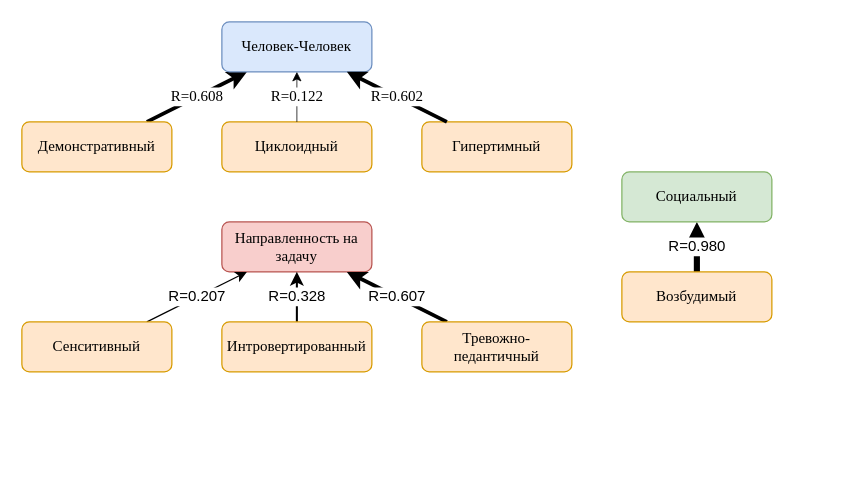
Above: Частные гипотезы.drawio in Mikhailgumerov/drawio (draw.io), before the change. Source tidied: cells renumbered, new cells numbered last; positions are measured from the earlier drawing's top-left corner, leaving out a move shared by most shapes. Both pictures are drawn from the tidied source at 125%, with x=0, y=0 at pixel (21, 21).
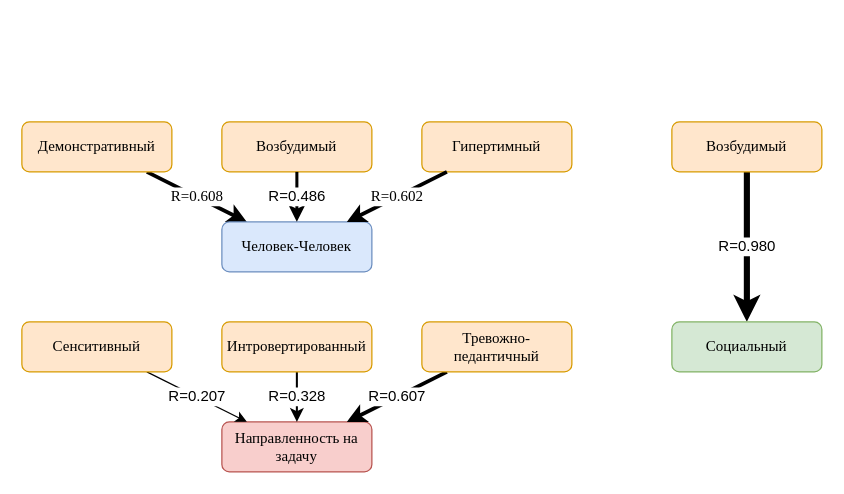
The same diagram, later.

Diff of the diagram source:
```diff
@@
     <mxCell id="2" value="R=0.119" style="rounded=0;orthogonalLoop=1;jettySize=auto;html=1;strokeColor=default;strokeWidth=0.595;fontSize=12;fontFamily=Times New Roman;" parent="1" edge="1">
       <mxGeometry relative="1" as="geometry">
-        <mxPoint x="476.7" y="280" as="sourcePoint" />
+        <mxPoint x="276.7" y="240" as="sourcePoint" />
       </mxGeometry>
     </mxCell>
     <mxCell id="3" value="R=0.486" style="rounded=0;orthogonalLoop=1;jettySize=auto;html=1;fontSize=12;strokeWidth=2.43;" parent="1" edge="1">
       <mxGeometry relative="1" as="geometry">
-        <mxPoint x="495" y="120" as="targetPoint" />
+        <mxPoint x="295" y="80" as="targetPoint" />
       </mxGeometry>
     </mxCell>
-    <mxCell id="4" value="R=0.608" style="rounded=0;jettySize=auto;html=1;fontFamily=Times New Roman;fontSize=12;strokeWidth=3.04;strokeColor=default;" parent="1" edge="1" source="5" target="6">
+    <mxCell id="4" value="R=0.608" style="rounded=0;jettySize=auto;html=1;fontFamily=Times New Roman;fontSize=12;strokeWidth=3.04;strokeColor=default;fillOpacity=100;" parent="1" edge="1" source="5" target="6">
       <mxGeometry relative="1" as="geometry" />
     </mxCell>
-    <mxCell id="5" value="&lt;span style=&quot;text-align: start; line-height: 19.9733px;&quot;&gt;&lt;font&gt;Демонстративный&lt;/font&gt;&lt;/span&gt;&lt;span style=&quot;text-align: start;&quot;&gt;&lt;/span&gt;" style="rounded=1;whiteSpace=wrap;html=1;fontFamily=Times New Roman;fontSize=12;fillColor=#ffe6cc;strokeColor=#d79b00;" parent="1" vertex="1">
+    <mxCell id="5" value="&lt;span style=&quot;text-align: start; line-height: 19.9733px;&quot;&gt;&lt;font&gt;Демонстративный&lt;/font&gt;&lt;/span&gt;&lt;span style=&quot;text-align: start;&quot;&gt;&lt;/span&gt;" style="rounded=1;whiteSpace=wrap;html=1;fontFamily=Times New Roman;fontSize=12;fillColor=#ffe6cc;strokeColor=#d79b00;fillOpacity=100;" parent="1" vertex="1">
       <mxGeometry y="80" width="120" height="40" as="geometry" />
     </mxCell>
-    <mxCell id="6" value="Человек-Человек" style="whiteSpace=wrap;html=1;rounded=1;fontFamily=Times New Roman;fontSize=12;fillColor=#dae8fc;strokeColor=#6c8ebf;" parent="1" vertex="1">
-      <mxGeometry x="160" width="120" height="40" as="geometry" />
+    <mxCell id="6" value="Человек-Человек" style="whiteSpace=wrap;html=1;rounded=1;fontFamily=Times New Roman;fontSize=12;fillColor=#dae8fc;strokeColor=#6c8ebf;fillOpacity=100;" parent="1" vertex="1">
+      <mxGeometry x="160" y="160" width="120" height="40" as="geometry" />
     </mxCell>
-    <mxCell id="7" value="&lt;span&gt;Гипертимный&lt;/span&gt;" style="rounded=1;whiteSpace=wrap;html=1;fillColor=#ffe6cc;strokeColor=#d79b00;fontFamily=Times New Roman;fontSize=12;" parent="1" vertex="1">
+    <mxCell id="7" value="&lt;span&gt;Гипертимный&lt;/span&gt;" style="rounded=1;whiteSpace=wrap;html=1;fillColor=#ffe6cc;strokeColor=#d79b00;fontFamily=Times New Roman;fontSize=12;fillOpacity=100;" parent="1" vertex="1">
       <mxGeometry x="320" y="80" width="120" height="40" as="geometry" />
     </mxCell>
-    <mxCell id="8" value="R=0.602" style="endArrow=classic;html=1;rounded=0;strokeWidth=3.01;fontFamily=Times New Roman;fontSize=12;strokeColor=default;" parent="1" edge="1" source="7" target="6">
+    <mxCell id="8" value="R=0.602" style="endArrow=classic;html=1;rounded=0;strokeWidth=3.01;fontFamily=Times New Roman;fontSize=12;strokeColor=default;fillOpacity=100;" parent="1" edge="1" source="7" target="6">
       <mxGeometry relative="1" as="geometry" />
     </mxCell>
-    <mxCell id="9" value="&lt;br&gt;&lt;span&gt;Циклоидный&lt;/span&gt;&lt;div&gt;&lt;br&gt;&lt;/div&gt;" style="rounded=1;whiteSpace=wrap;html=1;fillColor=#ffe6cc;strokeColor=#d79b00;fontSize=12;fontFamily=Times New Roman;" parent="1" vertex="1">
+    <mxCell id="9" value="&lt;div&gt;&lt;br&gt;Возбудимый&lt;div&gt;&lt;br style=&quot;font-family: Helvetica;&quot;&gt;&lt;/div&gt;&lt;/div&gt;" style="rounded=1;whiteSpace=wrap;html=1;fillColor=#ffe6cc;strokeColor=#d79b00;fontSize=12;fontFamily=Times New Roman;fillOpacity=100;" parent="1" vertex="1">
       <mxGeometry x="160" y="80" width="120" height="40" as="geometry" />
     </mxCell>
-    <mxCell id="10" value="R=0.122" style="endArrow=classic;html=1;rounded=0;strokeColor=default;strokeWidth=0.61;fontSize=12;fontFamily=Times New Roman;" parent="1" edge="1" source="9" target="6">
-      <mxGeometry relative="1" as="geometry" />
-    </mxCell>
-    <mxCell id="11" value="&lt;div&gt;&lt;span style=&quot;background-color: transparent;&quot;&gt;Н&lt;/span&gt;&lt;span style=&quot;background-color: transparent;&quot;&gt;аправленность на задачу&lt;/span&gt;&lt;br&gt;&lt;/div&gt;" style="rounded=1;whiteSpace=wrap;html=1;fillColor=#f8cecc;strokeColor=#b85450;fontSize=12;fontFamily=Times New Roman;" parent="1" vertex="1">
-      <mxGeometry x="160" y="160" width="120" height="40" as="geometry" />
+    <mxCell id="11" value="&lt;div&gt;&lt;span style=&quot;background-color: transparent;&quot;&gt;Н&lt;/span&gt;&lt;span style=&quot;background-color: transparent;&quot;&gt;аправленность на задачу&lt;/span&gt;&lt;br&gt;&lt;/div&gt;" style="rounded=1;whiteSpace=wrap;html=1;fillColor=#f8cecc;strokeColor=#b85450;fontSize=12;fontFamily=Times New Roman;fillOpacity=100;" parent="1" vertex="1">
+      <mxGeometry x="160" y="320" width="120" height="40" as="geometry" />
     </mxCell>
-    <mxCell id="12" value="R=0.207" style="rounded=0;jettySize=auto;html=1;fontSize=12;strokeWidth=1.035;" parent="1" edge="1" source="13" target="11">
+    <mxCell id="12" value="R=0.207" style="rounded=0;jettySize=auto;html=1;fontSize=12;strokeWidth=1.035;fillOpacity=100;" parent="1" edge="1" source="13" target="11">
       <mxGeometry relative="1" as="geometry" />
     </mxCell>
-    <mxCell id="13" value="&lt;span&gt;Сенситивный&lt;/span&gt;" style="rounded=1;whiteSpace=wrap;html=1;fillColor=#ffe6cc;strokeColor=#d79b00;fontSize=12;fontFamily=Times New Roman;" parent="1" vertex="1">
+    <mxCell id="13" value="&lt;span&gt;Сенситивный&lt;/span&gt;" style="rounded=1;whiteSpace=wrap;html=1;fillColor=#ffe6cc;strokeColor=#d79b00;fontSize=12;fontFamily=Times New Roman;fillOpacity=100;" parent="1" vertex="1">
       <mxGeometry y="240" width="120" height="40" as="geometry" />
     </mxCell>
-    <mxCell id="14" value="R=0.607" style="rounded=0;jettySize=auto;html=1;fontSize=12;strokeWidth=3.035;" parent="1" edge="1" source="15" target="11">
+    <mxCell id="14" value="R=0.607" style="rounded=0;jettySize=auto;html=1;fontSize=12;strokeWidth=3.035;fillOpacity=100;" parent="1" edge="1" source="15" target="11">
       <mxGeometry relative="1" as="geometry" />
     </mxCell>
-    <mxCell id="15" value="&lt;br&gt;&lt;span style=&quot;font-family: &amp;quot;Times New Roman&amp;quot;;&quot;&gt;Тревожно-педантичный&lt;/span&gt;&lt;div&gt;&lt;br&gt;&lt;/div&gt;" style="rounded=1;whiteSpace=wrap;html=1;fillColor=#ffe6cc;strokeColor=#d79b00;fontSize=12;" parent="1" vertex="1">
+    <mxCell id="15" value="&lt;br&gt;&lt;span style=&quot;font-family: &amp;quot;Times New Roman&amp;quot;;&quot;&gt;Тревожно-педантичный&lt;/span&gt;&lt;div&gt;&lt;br&gt;&lt;/div&gt;" style="rounded=1;whiteSpace=wrap;html=1;fillColor=#ffe6cc;strokeColor=#d79b00;fontSize=12;fillOpacity=100;" parent="1" vertex="1">
       <mxGeometry x="320" y="240" width="120" height="40" as="geometry" />
     </mxCell>
-    <mxCell id="16" value="R=0.328" style="rounded=0;jettySize=auto;html=1;fontSize=12;strokeWidth=1.64;" parent="1" edge="1" source="17" target="11">
+    <mxCell id="16" value="R=0.328" style="rounded=0;jettySize=auto;html=1;fontSize=12;strokeWidth=1.64;fillOpacity=100;" parent="1" edge="1" source="17" target="11">
       <mxGeometry relative="1" as="geometry" />
     </mxCell>
-    <mxCell id="17" value="&lt;span style=&quot;text-align: start; line-height: 19.9733px; font-family: &amp;quot;Times New Roman&amp;quot;;&quot;&gt;Интровертированный&lt;/span&gt;&lt;span style=&quot;text-align: start;&quot;&gt;&lt;/span&gt;" style="rounded=1;whiteSpace=wrap;html=1;fillColor=#ffe6cc;strokeColor=#d79b00;fontSize=12;" parent="1" vertex="1">
+    <mxCell id="17" value="&lt;span style=&quot;text-align: start; line-height: 19.9733px; font-family: &amp;quot;Times New Roman&amp;quot;;&quot;&gt;Интровертированный&lt;/span&gt;&lt;span style=&quot;text-align: start;&quot;&gt;&lt;/span&gt;" style="rounded=1;whiteSpace=wrap;html=1;fillColor=#ffe6cc;strokeColor=#d79b00;fontSize=12;fillOpacity=100;" parent="1" vertex="1">
       <mxGeometry x="160" y="240" width="120" height="40" as="geometry" />
     </mxCell>
-    <mxCell id="18" value="R=0.980" style="rounded=0;jettySize=auto;html=1;fontSize=12;strokeWidth=4.9;" parent="1" edge="1" source="19" target="20">
+    <mxCell id="18" value="R=0.980" style="rounded=0;jettySize=auto;html=1;fontSize=12;strokeWidth=4.9;fillOpacity=100;" parent="1" edge="1" source="19" target="20">
       <mxGeometry relative="1" as="geometry" />
     </mxCell>
-    <mxCell id="19" value="&lt;br&gt;&lt;span style=&quot;font-family: &amp;quot;Times New Roman&amp;quot;;&quot;&gt;Возбудимый&lt;/span&gt;&lt;div&gt;&lt;br&gt;&lt;/div&gt;" style="rounded=1;whiteSpace=wrap;html=1;fillColor=#ffe6cc;strokeColor=#d79b00;fontSize=12;" parent="1" vertex="1">
-      <mxGeometry x="480" y="200" width="120" height="40" as="geometry" />
+    <mxCell id="19" value="&lt;br&gt;&lt;span style=&quot;font-family: &amp;quot;Times New Roman&amp;quot;;&quot;&gt;Возбудимый&lt;/span&gt;&lt;div&gt;&lt;br&gt;&lt;/div&gt;" style="rounded=1;whiteSpace=wrap;html=1;fillColor=#ffe6cc;strokeColor=#d79b00;fontSize=12;fillOpacity=100;" parent="1" vertex="1">
+      <mxGeometry x="520" y="80" width="120" height="40" as="geometry" />
     </mxCell>
-    <mxCell id="20" value="&lt;br&gt;&lt;span style=&quot;font-family: &amp;quot;Times New Roman&amp;quot;;&quot;&gt;Социальный&lt;/span&gt;&lt;div&gt;&lt;br&gt;&lt;/div&gt;" style="rounded=1;whiteSpace=wrap;html=1;fillColor=#d5e8d4;strokeColor=#82b366;fontSize=12;" parent="1" vertex="1">
-      <mxGeometry x="480" y="120" width="120" height="40" as="geometry" />
+    <mxCell id="20" value="&lt;br&gt;&lt;span style=&quot;font-family: &amp;quot;Times New Roman&amp;quot;;&quot;&gt;Социальный&lt;/span&gt;&lt;div&gt;&lt;br&gt;&lt;/div&gt;" style="rounded=1;whiteSpace=wrap;html=1;fillColor=#d5e8d4;strokeColor=#82b366;fontSize=12;fillOpacity=100;" parent="1" vertex="1">
+      <mxGeometry x="520" y="240" width="120" height="40" as="geometry" />
     </mxCell>
+    <mxCell id="10" value="R=0.486" style="rounded=0;jettySize=auto;html=1;fontSize=12;strokeWidth=2.43;" parent="1" edge="1" source="9" target="6">
+      <mxGeometry relative="1" as="geometry" />
+    </mxCell>
```
